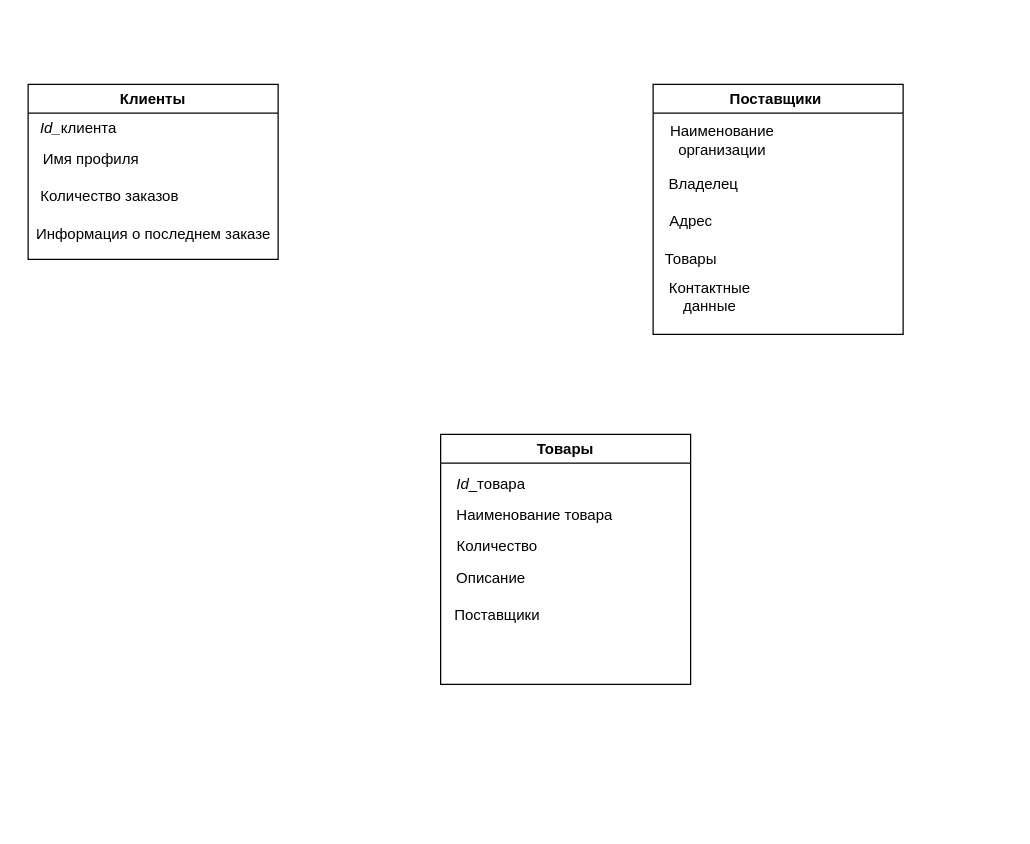
Earlier version of the draw.io diagram ER-модель.drawio (Weintag/Database). Source tidied: cells renumbered, new cells numbered last; positions are measured from the earlier drawing's top-left corner, leaving out a move shared by most shapes. Both pictures are drawn from the tidied source at 125%, with x=0, y=0 at pixel (21, 84).
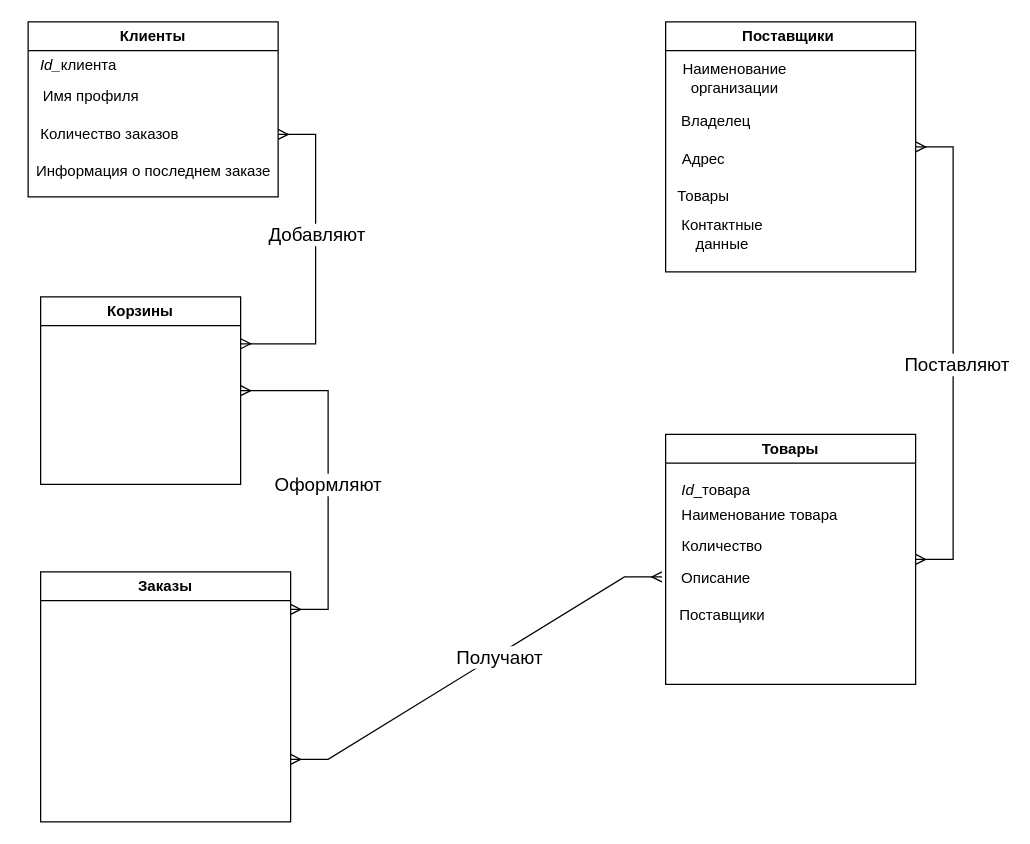
The same diagram, later.

The change refers to these unchanged cells:
```xml
<mxCell id="12" value="Описание" style="text;html=1;align=center;verticalAlign=middle;points=[];strokeColor=none;fillColor=none;" parent="8" vertex="1">
  <mxGeometry y="100" width="80" height="30" as="geometry" />
</mxCell>
```

Diff of the diagram source:
```diff
@@
     <mxCell id="3" value="Клиенты" style="swimlane;whiteSpace=wrap;html=1;" parent="1" vertex="1">
-      <mxGeometry x="5" width="200" height="140" as="geometry" />
+      <mxGeometry x="5" y="-50" width="200" height="140" as="geometry" />
     </mxCell>
@@
     <mxCell id="8" value="Товары" style="swimlane;whiteSpace=wrap;html=1;" parent="1" vertex="1">
-      <mxGeometry x="335" y="280" width="200" height="200" as="geometry" />
+      <mxGeometry x="515" y="280" width="200" height="200" as="geometry" />
     </mxCell>
     <mxCell id="9" value="&lt;i style=&quot;border-color: var(--border-color);&quot;&gt;Id&lt;/i&gt;_товара&lt;br&gt;" style="text;html=1;align=center;verticalAlign=middle;strokeColor=none;fillColor=none;" parent="8" vertex="1">
-      <mxGeometry y="25" width="80" height="30" as="geometry" />
+      <mxGeometry y="30" width="80" height="30" as="geometry" />
     </mxCell>
@@
     <mxCell id="14" value="Поставщики&amp;nbsp;" style="swimlane;whiteSpace=wrap;html=1;" parent="1" vertex="1">
-      <mxGeometry x="505" width="200" height="200" as="geometry" />
+      <mxGeometry x="515" y="-50" width="200" height="200" as="geometry" />
     </mxCell>
@@
+    <mxCell id="20" value="Корзины" style="swimlane;whiteSpace=wrap;html=1;" parent="1" vertex="1">
+      <mxGeometry x="15" y="170" width="160" height="150" as="geometry" />
+    </mxCell>
+    <mxCell id="21" value="Заказы" style="swimlane;whiteSpace=wrap;html=1;" parent="1" vertex="1">
+      <mxGeometry x="15" y="390" width="200" height="200" as="geometry" />
+    </mxCell>
+    <mxCell id="22" style="edgeStyle=entityRelationEdgeStyle;fontSize=12;html=1;endArrow=ERmany;startArrow=ERmany;rounded=0;exitX=1;exitY=0.5;exitDx=0;exitDy=0;entryX=1;entryY=0.5;entryDx=0;entryDy=0;" parent="1" edge="1" source="8" target="14">
+      <mxGeometry relative="1" as="geometry" />
+    </mxCell>
+    <mxCell id="23" value="&lt;font style=&quot;font-size: 15px;&quot;&gt;Поставляют&lt;/font&gt;" style="edgeLabel;html=1;align=center;verticalAlign=middle;" parent="22" vertex="1">
+      <mxGeometry x="-0.04" y="-2" relative="1" as="geometry" />
+    </mxCell>
+    <mxCell id="24" style="edgeStyle=entityRelationEdgeStyle;fontSize=12;html=1;endArrow=ERmany;startArrow=ERmany;rounded=0;exitX=-0.037;exitY=0.467;exitDx=0;exitDy=0;entryX=1;entryY=0.75;entryDx=0;entryDy=0;exitPerimeter=0;" parent="1" edge="1" source="12" target="21">
+      <mxGeometry relative="1" as="geometry" />
+    </mxCell>
+    <mxCell id="25" value="Получают" style="edgeLabel;html=1;align=center;verticalAlign=middle;fontSize=15;" parent="24" vertex="1">
+      <mxGeometry x="-0.12" y="1" relative="1" as="geometry" />
+    </mxCell>
+    <mxCell id="26" style="edgeStyle=entityRelationEdgeStyle;fontSize=12;html=1;endArrow=ERmany;startArrow=ERmany;rounded=0;entryX=1;entryY=0.5;entryDx=0;entryDy=0;" parent="1" edge="1" target="20">
+      <mxGeometry relative="1" as="geometry">
+        <mxPoint x="215" y="420" as="sourcePoint" />
+      </mxGeometry>
+    </mxCell>
+    <mxCell id="27" value="Оформляют" style="edgeLabel;html=1;align=center;verticalAlign=middle;fontSize=15;" parent="26" vertex="1">
+      <mxGeometry x="-0.05" y="1" relative="1" as="geometry" />
+    </mxCell>
+    <mxCell id="28" style="edgeStyle=entityRelationEdgeStyle;fontSize=12;html=1;endArrow=ERmany;startArrow=ERmany;rounded=0;entryX=1;entryY=0.25;entryDx=0;entryDy=0;" parent="1" edge="1" target="20">
+      <mxGeometry relative="1" as="geometry">
+        <mxPoint x="205" y="40" as="sourcePoint" />
+      </mxGeometry>
+    </mxCell>
+    <mxCell id="29" value="Добавляют" style="edgeLabel;html=1;align=center;verticalAlign=middle;fontSize=15;" parent="28" vertex="1">
+      <mxGeometry x="-0.15" relative="1" as="geometry" />
+    </mxCell>
```
